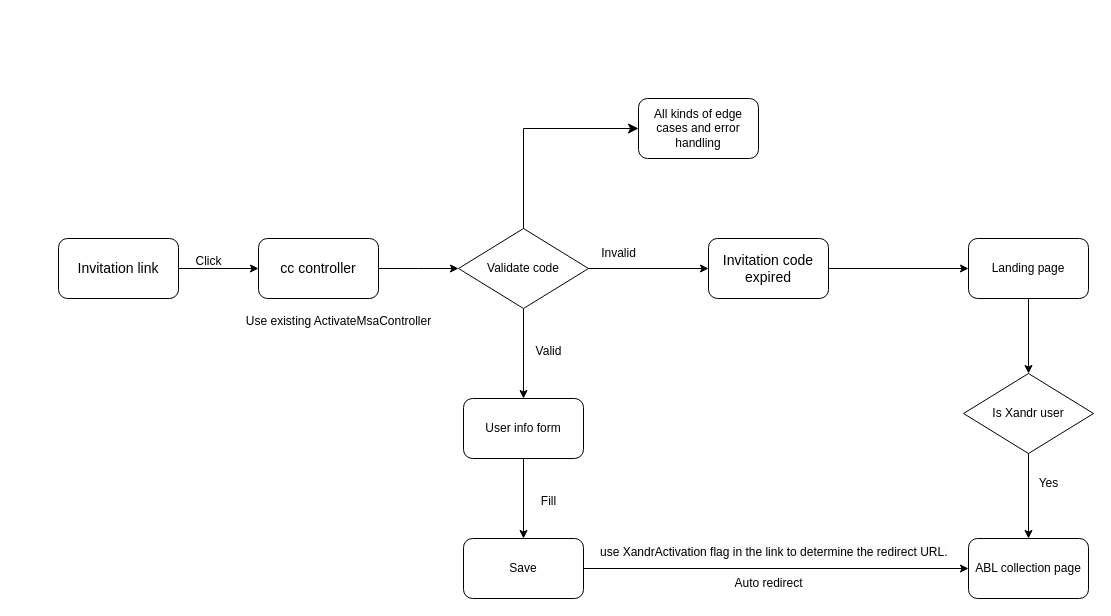
Before: page "Xandr ABL UI flow" (9 of 9) of misc.drawio in Seandor/diagrams-storage, a draw.io diagram. Source tidied: cells renumbered, new cells numbered last; positions are measured from the earlier drawing's top-left corner, leaving out a move shared by most shapes. Both pictures are drawn from the tidied source at 100%, with x=0, y=0 at pixel (58, 98).
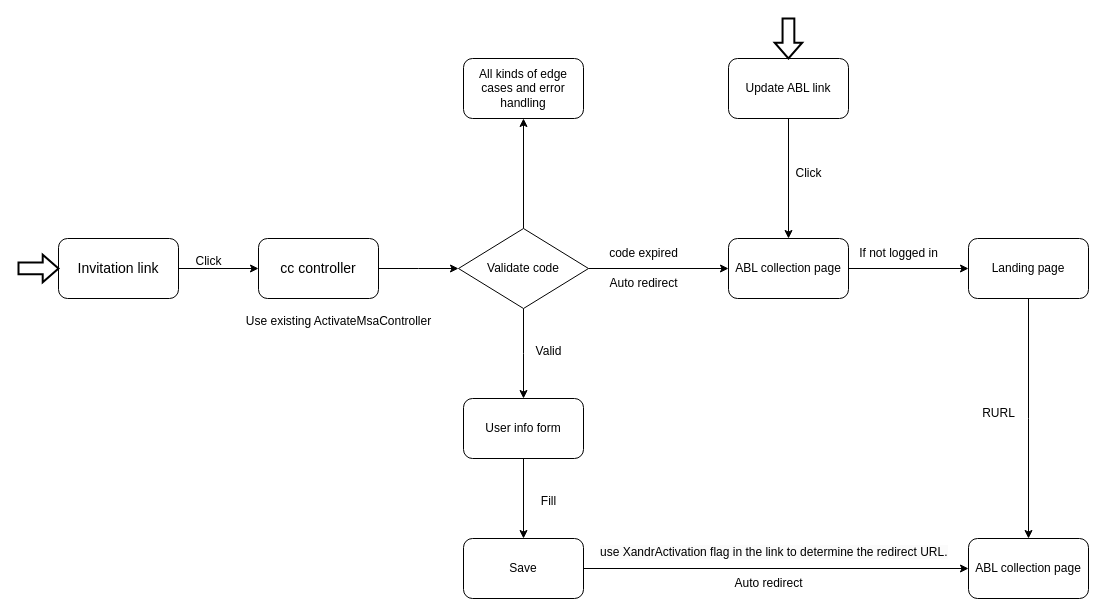
The same diagram, later.

Unchanged cells that the change refers to:
```xml
<mxCell id="9" value="Validate code" style="rhombus;whiteSpace=wrap;html=1;" parent="1" vertex="1">
  <mxGeometry x="400" y="130" width="130" height="80" as="geometry" />
</mxCell>
<mxCell id="21" value="Landing page" style="whiteSpace=wrap;html=1;rounded=1;" parent="1" vertex="1">
  <mxGeometry x="910" y="140" width="120" height="60" as="geometry" />
</mxCell>
```

What changed in the source:
```diff
@@
+    <mxCell id="30" style="edgeStyle=orthogonalEdgeStyle;rounded=0;jettySize=auto;html=1;" parent="1" edge="1" source="9" target="23">
+      <mxGeometry relative="1" as="geometry" />
+    </mxCell>
@@
-    <mxCell id="12" value="Invalid" style="text;html=1;align=center;verticalAlign=middle;strokeColor=none;fillColor=none;" parent="1" vertex="1">
-      <mxGeometry x="530" y="140" width="60" height="30" as="geometry" />
-    </mxCell>
@@
-    <mxCell id="18" style="edgeStyle=orthogonalEdgeStyle;rounded=0;jettySize=auto;html=1;" parent="1" edge="1" source="19" target="21">
+    <mxCell id="18" style="edgeStyle=orthogonalEdgeStyle;rounded=0;jettySize=auto;html=1;exitX=1;exitY=0.5;exitDx=0;exitDy=0;" parent="1" edge="1" source="19" target="21">
       <mxGeometry relative="1" as="geometry" />
     </mxCell>
-    <mxCell id="19" value="&lt;font style=&quot;font-size: 14px;&quot;&gt;Invitation code expired&lt;/font&gt;" style="rounded=1;whiteSpace=wrap;html=1;" parent="1" vertex="1">
-      <mxGeometry x="650" y="140" width="120" height="60" as="geometry" />
+    <mxCell id="19" value="ABL collection page" style="rounded=1;whiteSpace=wrap;html=1;" parent="1" vertex="1">
+      <mxGeometry x="670" y="140" width="120" height="60" as="geometry" />
     </mxCell>
-    <mxCell id="20" style="edgeStyle=orthogonalEdgeStyle;rounded=0;jettySize=auto;html=1;" parent="1" edge="1" source="21" target="26">
-      <mxGeometry relative="1" as="geometry" />
-    </mxCell>
@@
     <mxCell id="23" value="All kinds of edge cases and error handling" style="rounded=1;whiteSpace=wrap;html=1;" parent="1" vertex="1">
-      <mxGeometry x="580" width="120" height="60" as="geometry" />
+      <mxGeometry x="405" y="-40" width="120" height="60" as="geometry" />
     </mxCell>
-    <mxCell id="24" style="edgeStyle=segmentEdgeStyle;endArrow=classic;html=1;curved=0;rounded=0;endSize=8;startSize=8;" parent="1" edge="1">
-      <mxGeometry relative="1" as="geometry">
-        <mxPoint x="465" y="130" as="sourcePoint" />
-        <mxPoint x="580" y="30" as="targetPoint" />
-        <Array as="points">
-          <mxPoint x="465" y="130" />
-          <mxPoint x="465" y="30" />
-        </Array>
-      </mxGeometry>
-    </mxCell>
-    <mxCell id="25" style="edgeStyle=orthogonalEdgeStyle;rounded=0;jettySize=auto;html=1;" parent="1" edge="1" source="26">
+    <mxCell id="25" style="edgeStyle=orthogonalEdgeStyle;rounded=0;jettySize=auto;html=1;exitX=0.5;exitY=1;exitDx=0;exitDy=0;" parent="1" edge="1" source="21">
       <mxGeometry relative="1" as="geometry">
         <mxPoint x="970" y="440" as="targetPoint" />
       </mxGeometry>
     </mxCell>
-    <mxCell id="26" value="Is Xandr user" style="rhombus;whiteSpace=wrap;html=1;" parent="1" vertex="1">
-      <mxGeometry x="905" y="275" width="130" height="80" as="geometry" />
-    </mxCell>
-    <mxCell id="27" value="Yes" style="text;html=1;align=center;verticalAlign=middle;strokeColor=none;fillColor=none;" parent="1" vertex="1">
-      <mxGeometry x="970" y="370" width="40" height="30" as="geometry" />
-    </mxCell>
@@
+    <mxCell id="31" value="RURL" style="text;html=1;align=center;verticalAlign=middle;strokeColor=none;fillColor=none;" parent="1" vertex="1">
+      <mxGeometry x="910" y="300" width="60" height="30" as="geometry" />
+    </mxCell>
+    <mxCell id="32" value="code expired" style="text;html=1;align=center;verticalAlign=middle;strokeColor=none;fillColor=none;" parent="1" vertex="1">
+      <mxGeometry x="540" y="140" width="90" height="30" as="geometry" />
+    </mxCell>
+    <mxCell id="33" value="Auto redirect" style="text;html=1;align=center;verticalAlign=middle;strokeColor=none;fillColor=none;" parent="1" vertex="1">
+      <mxGeometry x="540" y="170" width="90" height="30" as="geometry" />
+    </mxCell>
+    <mxCell id="34" value="If not logged in" style="text;html=1;align=center;verticalAlign=middle;strokeColor=none;fillColor=none;" parent="1" vertex="1">
+      <mxGeometry x="790" y="140" width="100" height="30" as="geometry" />
+    </mxCell>
+    <mxCell id="35" value="Update ABL link" style="rounded=1;whiteSpace=wrap;html=1;" parent="1" vertex="1">
+      <mxGeometry x="670" y="-40" width="120" height="60" as="geometry" />
+    </mxCell>
+    <mxCell id="36" style="endArrow=classic;html=1;rounded=0;exitX=0.5;exitY=1;exitDx=0;exitDy=0;entryX=0.5;entryY=0;entryDx=0;entryDy=0;" parent="1" edge="1" source="35" target="19">
+      <mxGeometry relative="1" as="geometry" />
+    </mxCell>
+    <mxCell id="37" style="shape=mxgraph.arrows.arrow_right;html=1;verticalLabelPosition=bottom;verticalAlign=top;strokeWidth=2;strokeColor=#000000;" parent="1" vertex="1">
+      <mxGeometry x="-40" y="156.2" width="40" height="27.5" as="geometry" />
+    </mxCell>
+    <mxCell id="38" style="shape=mxgraph.arrows.arrow_right;html=1;verticalLabelPosition=bottom;verticalAlign=top;strokeWidth=2;strokeColor=#000000;direction=south;" parent="1" vertex="1">
+      <mxGeometry x="716.2" y="-80" width="27.5" height="40" as="geometry" />
+    </mxCell>
+    <mxCell id="39" value="Click" style="text;html=1;align=center;verticalAlign=middle;strokeColor=none;fillColor=none;" parent="1" vertex="1">
+      <mxGeometry x="725" y="60" width="50" height="30" as="geometry" />
+    </mxCell>
```
